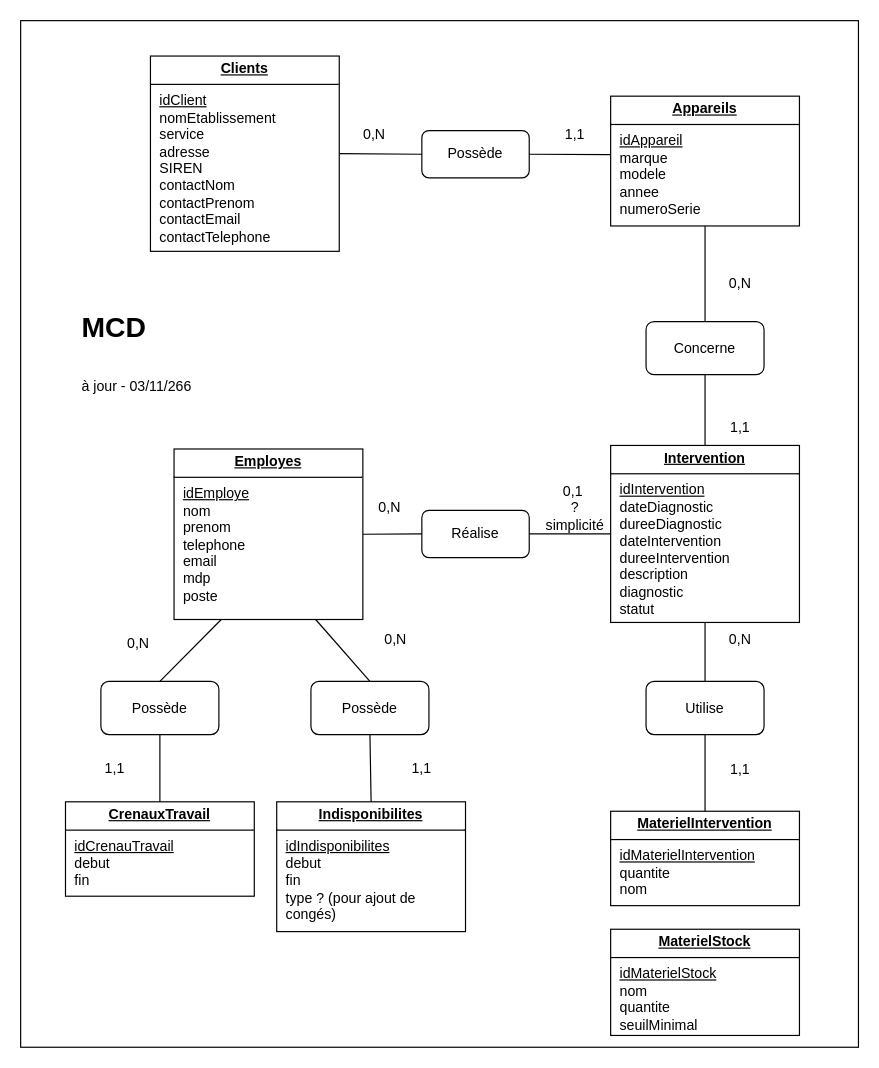
The draw.io diagram page "MCD" (1 of 5) of doc/Merise MeditechCare.drawio in ilanven/Meditech-Care, before the edit. Source tidied: cells renumbered, new cells numbered last; positions are measured from the earlier drawing's top-left corner, leaving out a move shared by most shapes. Both pictures are drawn from the tidied source at 118%, with x=0, y=0 at pixel (20, 20).
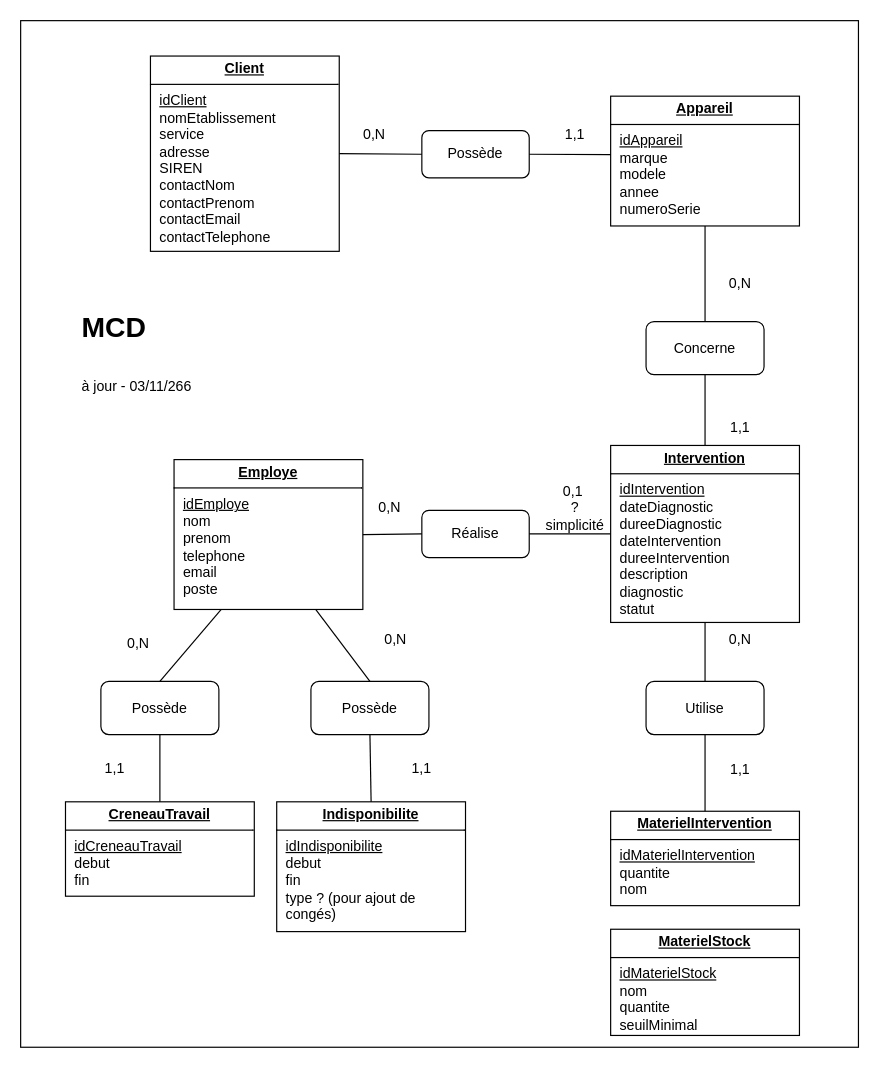
Above is the later version.

Commit message (it also covers changes not shown here):
màj des docs et merise MCD

Change to the diagram source:
```diff
@@
-    <mxCell id="3" value="&lt;p style=&quot;margin:0px;margin-top:4px;text-align:center;text-decoration:underline;&quot;&gt;&lt;b&gt;Appareils&lt;/b&gt;&lt;/p&gt;&lt;hr size=&quot;1&quot; style=&quot;border-style:solid;&quot;&gt;&lt;p style=&quot;margin:0px;margin-left:8px;&quot;&gt;&lt;u&gt;idAppareil&lt;/u&gt;&lt;/p&gt;&lt;p style=&quot;margin:0px;margin-left:8px;&quot;&gt;marque&lt;/p&gt;&lt;p style=&quot;margin:0px;margin-left:8px;&quot;&gt;modele&lt;/p&gt;&lt;p style=&quot;margin:0px;margin-left:8px;&quot;&gt;annee&lt;/p&gt;&lt;p style=&quot;margin:0px;margin-left:8px;&quot;&gt;numeroSerie&lt;/p&gt;" style="verticalAlign=top;align=left;overflow=fill;html=1;whiteSpace=wrap;" parent="1" vertex="1">
+    <mxCell id="3" value="&lt;p style=&quot;margin:0px;margin-top:4px;text-align:center;text-decoration:underline;&quot;&gt;&lt;b&gt;Appareil&lt;/b&gt;&lt;/p&gt;&lt;hr size=&quot;1&quot; style=&quot;border-style:solid;&quot;&gt;&lt;p style=&quot;margin:0px;margin-left:8px;&quot;&gt;&lt;u&gt;idAppareil&lt;/u&gt;&lt;/p&gt;&lt;p style=&quot;margin:0px;margin-left:8px;&quot;&gt;marque&lt;/p&gt;&lt;p style=&quot;margin:0px;margin-left:8px;&quot;&gt;modele&lt;/p&gt;&lt;p style=&quot;margin:0px;margin-left:8px;&quot;&gt;annee&lt;/p&gt;&lt;p style=&quot;margin:0px;margin-left:8px;&quot;&gt;numeroSerie&lt;/p&gt;" style="verticalAlign=top;align=left;overflow=fill;html=1;whiteSpace=wrap;" parent="1" vertex="1">
       <mxGeometry x="500" y="64" width="160" height="110" as="geometry" />
     </mxCell>
-    <mxCell id="4" value="&lt;p style=&quot;margin:0px;margin-top:4px;text-align:center;text-decoration:underline;&quot;&gt;&lt;b&gt;Employes&lt;/b&gt;&lt;/p&gt;&lt;hr size=&quot;1&quot; style=&quot;border-style:solid;&quot;&gt;&lt;p style=&quot;margin:0px;margin-left:8px;&quot;&gt;&lt;u&gt;idEmploye&lt;/u&gt;&lt;/p&gt;&lt;p style=&quot;margin:0px;margin-left:8px;&quot;&gt;nom&lt;/p&gt;&lt;p style=&quot;margin:0px;margin-left:8px;&quot;&gt;prenom&lt;/p&gt;&lt;p style=&quot;margin:0px;margin-left:8px;&quot;&gt;telephone&lt;/p&gt;&lt;p style=&quot;margin:0px;margin-left:8px;&quot;&gt;email&lt;/p&gt;&lt;p style=&quot;margin:0px;margin-left:8px;&quot;&gt;mdp&lt;/p&gt;&lt;p style=&quot;margin:0px;margin-left:8px;&quot;&gt;poste&lt;/p&gt;" style="verticalAlign=top;align=left;overflow=fill;html=1;whiteSpace=wrap;" parent="1" vertex="1">
-      <mxGeometry x="130" y="363" width="160" height="144.5" as="geometry" />
+    <mxCell id="4" value="&lt;p style=&quot;margin:0px;margin-top:4px;text-align:center;text-decoration:underline;&quot;&gt;&lt;b&gt;Employe&lt;/b&gt;&lt;/p&gt;&lt;hr size=&quot;1&quot; style=&quot;border-style:solid;&quot;&gt;&lt;p style=&quot;margin:0px;margin-left:8px;&quot;&gt;&lt;u&gt;idEmploye&lt;/u&gt;&lt;/p&gt;&lt;p style=&quot;margin:0px;margin-left:8px;&quot;&gt;nom&lt;/p&gt;&lt;p style=&quot;margin:0px;margin-left:8px;&quot;&gt;prenom&lt;/p&gt;&lt;p style=&quot;margin:0px;margin-left:8px;&quot;&gt;telephone&lt;/p&gt;&lt;p style=&quot;margin:0px;margin-left:8px;&quot;&gt;email&lt;/p&gt;&lt;p style=&quot;margin:0px;margin-left:8px;&quot;&gt;&lt;span style=&quot;background-color: transparent; color: light-dark(#000000, var(--ge-light-color, #ffffff));&quot;&gt;poste&lt;/span&gt;&lt;/p&gt;" style="verticalAlign=top;align=left;overflow=fill;html=1;whiteSpace=wrap;" parent="1" vertex="1">
+      <mxGeometry x="130" y="372" width="160" height="127" as="geometry" />
     </mxCell>
@@
-    <mxCell id="22" value="&lt;p style=&quot;margin:0px;margin-top:4px;text-align:center;text-decoration:underline;&quot;&gt;&lt;b&gt;Clients&lt;/b&gt;&lt;/p&gt;&lt;hr size=&quot;1&quot; style=&quot;border-style:solid;&quot;&gt;&lt;p style=&quot;margin:0px;margin-left:8px;&quot;&gt;&lt;u&gt;idClient&lt;/u&gt;&lt;/p&gt;&lt;p style=&quot;margin:0px;margin-left:8px;&quot;&gt;nomEtablissement&lt;/p&gt;&lt;p style=&quot;margin:0px;margin-left:8px;&quot;&gt;service&lt;/p&gt;&lt;p style=&quot;margin:0px;margin-left:8px;&quot;&gt;adresse&lt;/p&gt;&lt;p style=&quot;margin:0px;margin-left:8px;&quot;&gt;SIREN&lt;/p&gt;&lt;p style=&quot;margin:0px;margin-left:8px;&quot;&gt;contactNom&lt;/p&gt;&lt;p style=&quot;margin:0px;margin-left:8px;&quot;&gt;contactPrenom&lt;/p&gt;&lt;p style=&quot;margin:0px;margin-left:8px;&quot;&gt;contactEmail&lt;/p&gt;&lt;p style=&quot;margin:0px;margin-left:8px;&quot;&gt;contactTelephone&lt;/p&gt;" style="verticalAlign=top;align=left;overflow=fill;html=1;whiteSpace=wrap;" parent="1" vertex="1">
+    <mxCell id="22" value="&lt;p style=&quot;margin:0px;margin-top:4px;text-align:center;text-decoration:underline;&quot;&gt;&lt;b&gt;Client&lt;/b&gt;&lt;/p&gt;&lt;hr size=&quot;1&quot; style=&quot;border-style:solid;&quot;&gt;&lt;p style=&quot;margin:0px;margin-left:8px;&quot;&gt;&lt;u&gt;idClient&lt;/u&gt;&lt;/p&gt;&lt;p style=&quot;margin:0px;margin-left:8px;&quot;&gt;nomEtablissement&lt;/p&gt;&lt;p style=&quot;margin:0px;margin-left:8px;&quot;&gt;service&lt;/p&gt;&lt;p style=&quot;margin:0px;margin-left:8px;&quot;&gt;adresse&lt;/p&gt;&lt;p style=&quot;margin:0px;margin-left:8px;&quot;&gt;SIREN&lt;/p&gt;&lt;p style=&quot;margin:0px;margin-left:8px;&quot;&gt;contactNom&lt;/p&gt;&lt;p style=&quot;margin:0px;margin-left:8px;&quot;&gt;contactPrenom&lt;/p&gt;&lt;p style=&quot;margin:0px;margin-left:8px;&quot;&gt;contactEmail&lt;/p&gt;&lt;p style=&quot;margin:0px;margin-left:8px;&quot;&gt;contactTelephone&lt;/p&gt;" style="verticalAlign=top;align=left;overflow=fill;html=1;whiteSpace=wrap;" parent="1" vertex="1">
       <mxGeometry x="110" y="30" width="160" height="165.5" as="geometry" />
     </mxCell>
@@
-    <mxCell id="29" value="&lt;p style=&quot;margin:0px;margin-top:4px;text-align:center;text-decoration:underline;&quot;&gt;&lt;b&gt;Indisponibilites&lt;/b&gt;&lt;/p&gt;&lt;hr size=&quot;1&quot; style=&quot;border-style:solid;&quot;&gt;&lt;p style=&quot;margin:0px;margin-left:8px;&quot;&gt;&lt;u&gt;idIndisponibilites&lt;/u&gt;&lt;/p&gt;&lt;p style=&quot;margin:0px;margin-left:8px;&quot;&gt;debut&lt;/p&gt;&lt;p style=&quot;margin:0px;margin-left:8px;&quot;&gt;fin&lt;/p&gt;&lt;p style=&quot;margin:0px;margin-left:8px;&quot;&gt;type ? (pour ajout de congés)&lt;/p&gt;" style="verticalAlign=top;align=left;overflow=fill;html=1;whiteSpace=wrap;" parent="1" vertex="1">
+    <mxCell id="29" value="&lt;p style=&quot;margin:0px;margin-top:4px;text-align:center;text-decoration:underline;&quot;&gt;&lt;b&gt;Indisponibilite&lt;/b&gt;&lt;/p&gt;&lt;hr size=&quot;1&quot; style=&quot;border-style:solid;&quot;&gt;&lt;p style=&quot;margin:0px;margin-left:8px;&quot;&gt;&lt;u&gt;idIndisponibilite&lt;/u&gt;&lt;/p&gt;&lt;p style=&quot;margin:0px;margin-left:8px;&quot;&gt;debut&lt;/p&gt;&lt;p style=&quot;margin:0px;margin-left:8px;&quot;&gt;fin&lt;/p&gt;&lt;p style=&quot;margin:0px;margin-left:8px;&quot;&gt;type ? (pour ajout de congés)&lt;/p&gt;" style="verticalAlign=top;align=left;overflow=fill;html=1;whiteSpace=wrap;" parent="1" vertex="1">
       <mxGeometry x="217" y="662" width="160" height="110" as="geometry" />
     </mxCell>
-    <mxCell id="30" value="&lt;p style=&quot;margin:0px;margin-top:4px;text-align:center;text-decoration:underline;&quot;&gt;&lt;b&gt;CrenauxTravail&lt;/b&gt;&lt;/p&gt;&lt;hr size=&quot;1&quot; style=&quot;border-style:solid;&quot;&gt;&lt;p style=&quot;margin:0px;margin-left:8px;&quot;&gt;&lt;u&gt;idCrenauTravail&lt;/u&gt;&lt;/p&gt;&lt;p style=&quot;margin:0px;margin-left:8px;&quot;&gt;debut&lt;/p&gt;&lt;p style=&quot;margin:0px;margin-left:8px;&quot;&gt;fin&lt;/p&gt;" style="verticalAlign=top;align=left;overflow=fill;html=1;whiteSpace=wrap;" parent="1" vertex="1">
+    <mxCell id="30" value="&lt;p style=&quot;margin:0px;margin-top:4px;text-align:center;text-decoration:underline;&quot;&gt;&lt;b&gt;CreneauTravail&lt;/b&gt;&lt;/p&gt;&lt;hr size=&quot;1&quot; style=&quot;border-style:solid;&quot;&gt;&lt;p style=&quot;margin:0px;margin-left:8px;&quot;&gt;&lt;u&gt;idCreneauTravail&lt;/u&gt;&lt;/p&gt;&lt;p style=&quot;margin:0px;margin-left:8px;&quot;&gt;debut&lt;/p&gt;&lt;p style=&quot;margin:0px;margin-left:8px;&quot;&gt;fin&lt;/p&gt;" style="verticalAlign=top;align=left;overflow=fill;html=1;whiteSpace=wrap;" parent="1" vertex="1">
       <mxGeometry x="38" y="662" width="160" height="80" as="geometry" />
     </mxCell>
```
